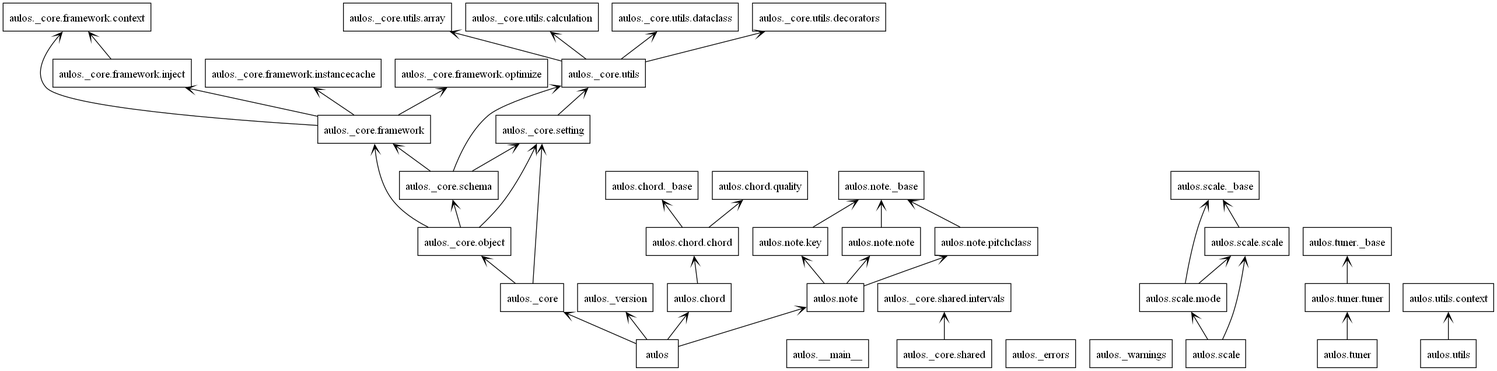
Earlier version of the PlantUML export documents/design/class-diagram/packages.png (Oujox/aulos). Its source is kept beside it as documents/design/class-diagram/packages.puml.
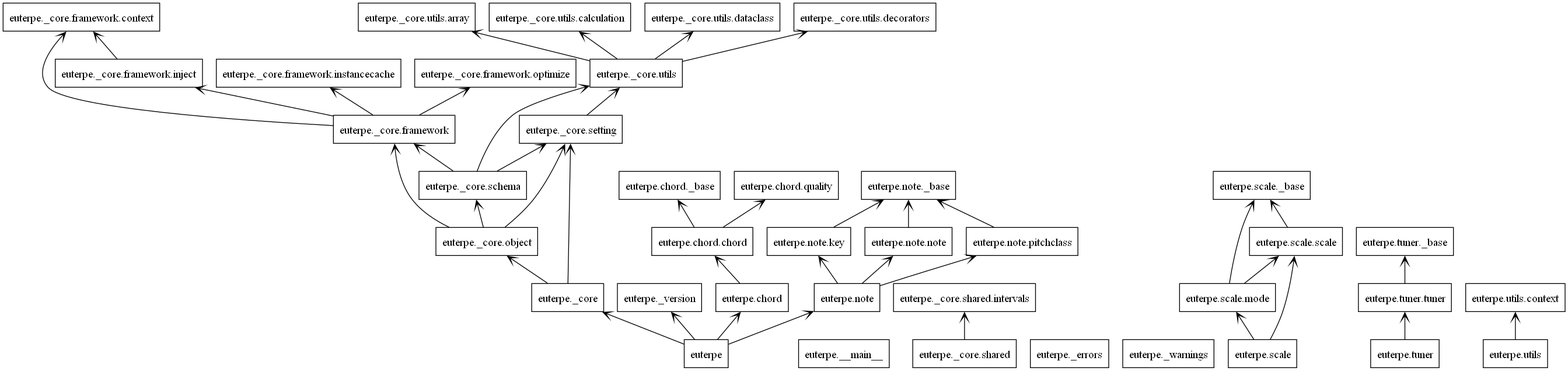
After the commit.

Diff of the diagram source:
```diff
@@ -1,121 +1,121 @@
 @startuml packages
 set namespaceSeparator none
-package "aulos" as aulos {
+package "euterpe" as euterpe {
 }
-package "aulos.__main__" as aulos.__main__ {
+package "euterpe.__main__" as euterpe.__main__ {
 }
-package "aulos._core" as aulos._core {
+package "euterpe._core" as euterpe._core {
 }
-package "aulos._core.framework" as aulos._core.framework {
+package "euterpe._core.framework" as euterpe._core.framework {
 }
-package "aulos._core.framework.context" as aulos._core.framework.context {
+package "euterpe._core.framework.context" as euterpe._core.framework.context {
 }
-package "aulos._core.framework.inject" as aulos._core.framework.inject {
+package "euterpe._core.framework.inject" as euterpe._core.framework.inject {
 }
-package "aulos._core.framework.instancecache" as aulos._core.framework.instancecache {
+package "euterpe._core.framework.instancecache" as euterpe._core.framework.instancecache {
 }
-package "aulos._core.framework.optimize" as aulos._core.framework.optimize {
+package "euterpe._core.framework.optimize" as euterpe._core.framework.optimize {
 }
-package "aulos._core.object" as aulos._core.object {
+package "euterpe._core.object" as euterpe._core.object {
 }
-package "aulos._core.schema" as aulos._core.schema {
+package "euterpe._core.schema" as euterpe._core.schema {
 }
-package "aulos._core.setting" as aulos._core.setting {
+package "euterpe._core.setting" as euterpe._core.setting {
 }
-package "aulos._core.shared" as aulos._core.shared {
+package "euterpe._core.shared" as euterpe._core.shared {
 }
-package "aulos._core.shared.intervals" as aulos._core.shared.intervals {
+package "euterpe._core.shared.intervals" as euterpe._core.shared.intervals {
 }
-package "aulos._core.utils" as aulos._core.utils {
+package "euterpe._core.utils" as euterpe._core.utils {
 }
-package "aulos._core.utils.array" as aulos._core.utils.array {
+package "euterpe._core.utils.array" as euterpe._core.utils.array {
 }
-package "aulos._core.utils.calculation" as aulos._core.utils.calculation {
+package "euterpe._core.utils.calculation" as euterpe._core.utils.calculation {
 }
-package "aulos._core.utils.dataclass" as aulos._core.utils.dataclass {
+package "euterpe._core.utils.dataclass" as euterpe._core.utils.dataclass {
 }
-package "aulos._core.utils.decorators" as aulos._core.utils.decorators {
+package "euterpe._core.utils.decorators" as euterpe._core.utils.decorators {
 }
-package "aulos._errors" as aulos._errors {
+package "euterpe._errors" as euterpe._errors {
 }
-package "aulos._version" as aulos._version {
+package "euterpe._version" as euterpe._version {
 }
-package "aulos._warnings" as aulos._warnings {
+package "euterpe._warnings" as euterpe._warnings {
 }
-package "aulos.chord" as aulos.chord {
+package "euterpe.chord" as euterpe.chord {
 }
-package "aulos.chord._base" as aulos.chord._base {
+package "euterpe.chord._base" as euterpe.chord._base {
 }
-package "aulos.chord.chord" as aulos.chord.chord {
+package "euterpe.chord.chord" as euterpe.chord.chord {
 }
-package "aulos.chord.quality" as aulos.chord.quality {
+package "euterpe.chord.quality" as euterpe.chord.quality {
 }
-package "aulos.note" as aulos.note {
+package "euterpe.note" as euterpe.note {
 }
-package "aulos.note._base" as aulos.note._base {
+package "euterpe.note._base" as euterpe.note._base {
 }
-package "aulos.note.key" as aulos.note.key {
+package "euterpe.note.key" as euterpe.note.key {
 }
-package "aulos.note.note" as aulos.note.note {
+package "euterpe.note.note" as euterpe.note.note {
 }
-package "aulos.note.pitchclass" as aulos.note.pitchclass {
+package "euterpe.note.pitchclass" as euterpe.note.pitchclass {
 }
-package "aulos.scale" as aulos.scale {
+package "euterpe.scale" as euterpe.scale {
 }
-package "aulos.scale._base" as aulos.scale._base {
+package "euterpe.scale._base" as euterpe.scale._base {
 }
-package "aulos.scale.mode" as aulos.scale.mode {
+package "euterpe.scale.mode" as euterpe.scale.mode {
 }
-package "aulos.scale.scale" as aulos.scale.scale {
+package "euterpe.scale.scale" as euterpe.scale.scale {
 }
-package "aulos.tuner" as aulos.tuner {
+package "euterpe.tuner" as euterpe.tuner {
 }
-package "aulos.tuner._base" as aulos.tuner._base {
+package "euterpe.tuner._base" as euterpe.tuner._base {
 }
-package "aulos.tuner.tuner" as aulos.tuner.tuner {
+package "euterpe.tuner.tuner" as euterpe.tuner.tuner {
 }
-package "aulos.utils" as aulos.utils {
+package "euterpe.utils" as euterpe.utils {
 }
-package "aulos.utils.context" as aulos.utils.context {
+package "euterpe.utils.context" as euterpe.utils.context {
 }
-aulos --> aulos._core
-aulos --> aulos._version
-aulos --> aulos.chord
-aulos --> aulos.note
-aulos._core --> aulos._core.object
-aulos._core --> aulos._core.setting
-aulos._core.framework --> aulos._core.framework.context
-aulos._core.framework --> aulos._core.framework.inject
-aulos._core.framework --> aulos._core.framework.instancecache
-aulos._core.framework --> aulos._core.framework.optimize
-aulos._core.framework.inject --> aulos._core.framework.context
-aulos._core.object --> aulos._core.framework
-aulos._core.object --> aulos._core.schema
-aulos._core.object --> aulos._core.setting
-aulos._core.schema --> aulos._core.framework
-aulos._core.schema --> aulos._core.setting
-aulos._core.schema --> aulos._core.utils
-aulos._core.setting --> aulos._core.utils
-aulos._core.shared --> aulos._core.shared.intervals
-aulos._core.utils --> aulos._core.utils.array
-aulos._core.utils --> aulos._core.utils.calculation
-aulos._core.utils --> aulos._core.utils.dataclass
-aulos._core.utils --> aulos._core.utils.decorators
-aulos.chord --> aulos.chord.chord
-aulos.chord.chord --> aulos.chord._base
-aulos.chord.chord --> aulos.chord.quality
-aulos.note --> aulos.note.key
-aulos.note --> aulos.note.note
-aulos.note --> aulos.note.pitchclass
-aulos.note.key --> aulos.note._base
-aulos.note.note --> aulos.note._base
-aulos.note.pitchclass --> aulos.note._base
-aulos.scale --> aulos.scale.mode
-aulos.scale --> aulos.scale.scale
-aulos.scale.mode --> aulos.scale._base
-aulos.scale.mode --> aulos.scale.scale
-aulos.scale.scale --> aulos.scale._base
-aulos.tuner --> aulos.tuner.tuner
-aulos.tuner.tuner --> aulos.tuner._base
-aulos.utils --> aulos.utils.context
+euterpe --> euterpe._core
+euterpe --> euterpe._version
+euterpe --> euterpe.chord
+euterpe --> euterpe.note
+euterpe._core --> euterpe._core.object
+euterpe._core --> euterpe._core.setting
+euterpe._core.framework --> euterpe._core.framework.context
+euterpe._core.framework --> euterpe._core.framework.inject
+euterpe._core.framework --> euterpe._core.framework.instancecache
+euterpe._core.framework --> euterpe._core.framework.optimize
+euterpe._core.framework.inject --> euterpe._core.framework.context
+euterpe._core.object --> euterpe._core.framework
+euterpe._core.object --> euterpe._core.schema
+euterpe._core.object --> euterpe._core.setting
+euterpe._core.schema --> euterpe._core.framework
+euterpe._core.schema --> euterpe._core.setting
+euterpe._core.schema --> euterpe._core.utils
+euterpe._core.setting --> euterpe._core.utils
+euterpe._core.shared --> euterpe._core.shared.intervals
+euterpe._core.utils --> euterpe._core.utils.array
+euterpe._core.utils --> euterpe._core.utils.calculation
+euterpe._core.utils --> euterpe._core.utils.dataclass
+euterpe._core.utils --> euterpe._core.utils.decorators
+euterpe.chord --> euterpe.chord.chord
+euterpe.chord.chord --> euterpe.chord._base
+euterpe.chord.chord --> euterpe.chord.quality
+euterpe.note --> euterpe.note.key
+euterpe.note --> euterpe.note.note
+euterpe.note --> euterpe.note.pitchclass
+euterpe.note.key --> euterpe.note._base
+euterpe.note.note --> euterpe.note._base
+euterpe.note.pitchclass --> euterpe.note._base
+euterpe.scale --> euterpe.scale.mode
+euterpe.scale --> euterpe.scale.scale
+euterpe.scale.mode --> euterpe.scale._base
+euterpe.scale.mode --> euterpe.scale.scale
+euterpe.scale.scale --> euterpe.scale._base
+euterpe.tuner --> euterpe.tuner.tuner
+euterpe.tuner.tuner --> euterpe.tuner._base
+euterpe.utils --> euterpe.utils.context
 @enduml
```
